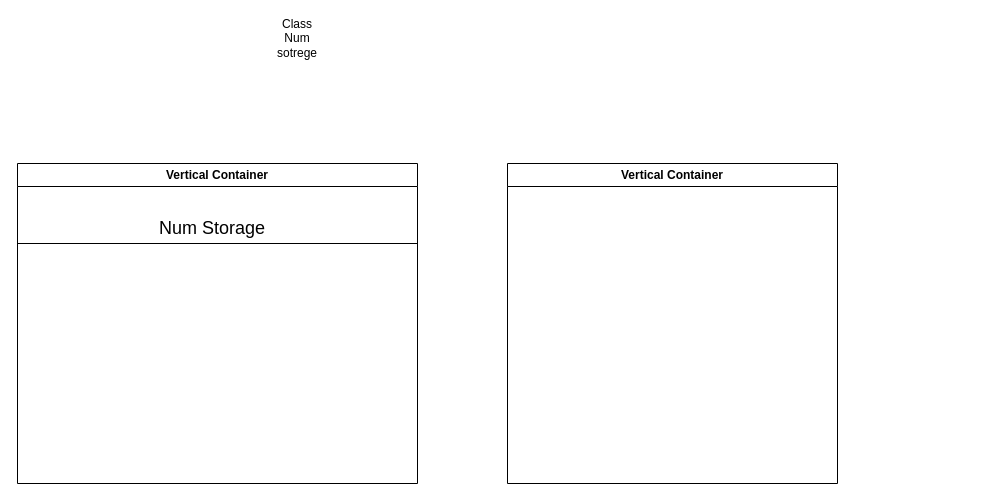
The draw.io diagram Untitled Diagram.drawio in NielsenGordon/gitVideo, before the edit. Source tidied: cells renumbered, new cells numbered last; positions are measured from the earlier drawing's top-left corner, leaving out a move shared by most shapes. Both pictures are drawn from the tidied source at 100%, with x=0, y=0 at pixel (17, 23).
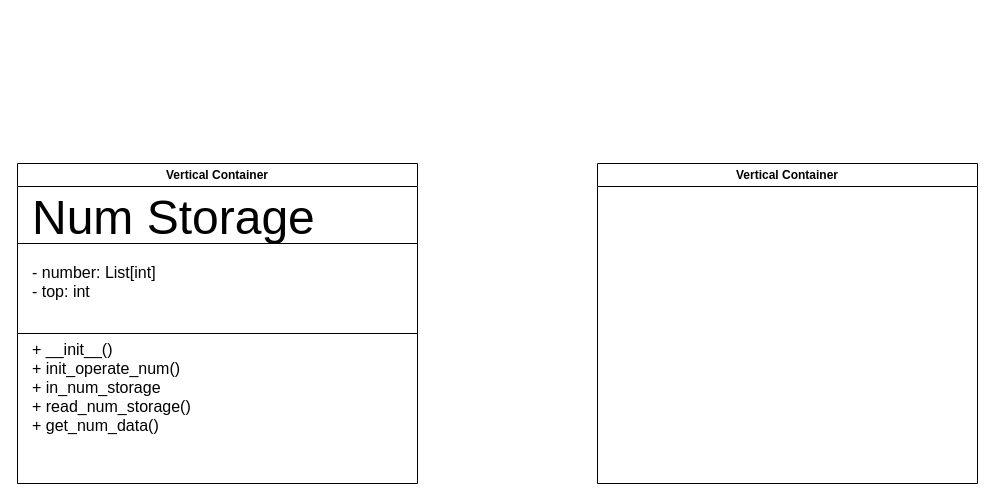
The same page after the edit.

The edit, as a diff of the source:
```diff
@@
 <mxGraphModel>
   <root>
     <mxCell id="0" />
     <mxCell id="1" parent="0" />
-    <mxCell id="2" value="Class Num sotrege" style="text;html=1;strokeColor=none;fillColor=none;align=center;verticalAlign=middle;whiteSpace=wrap;rounded=0;" parent="1" vertex="1">
-      <mxGeometry x="250" width="60" height="30" as="geometry" />
-    </mxCell>
     <mxCell id="3" value="Vertical Container" style="swimlane;whiteSpace=wrap;html=1;" parent="1" vertex="1">
       <mxGeometry y="140" width="400" height="320" as="geometry" />
     </mxCell>
+    <mxCell id="7" value="&lt;h1&gt;&lt;span style=&quot;background-color: initial; font-weight: normal;&quot;&gt;&lt;font style=&quot;font-size: 48px;&quot;&gt;Num Storage&lt;/font&gt;&lt;/span&gt;&lt;/h1&gt;&lt;div&gt;&lt;span style=&quot;font-size: medium; background-color: initial;&quot;&gt;- number: List[int]&lt;/span&gt;&lt;br&gt;&lt;/div&gt;&lt;div&gt;&lt;font size=&quot;3&quot; style=&quot;&quot;&gt;- top: int&lt;/font&gt;&lt;/div&gt;&lt;div&gt;&lt;font size=&quot;3&quot;&gt;&lt;br&gt;&lt;/font&gt;&lt;/div&gt;&lt;div&gt;&lt;font size=&quot;3&quot;&gt;&lt;br&gt;&lt;/font&gt;&lt;/div&gt;&lt;div&gt;&lt;font size=&quot;3&quot;&gt;+ __init__()&lt;/font&gt;&lt;/div&gt;&lt;div&gt;&lt;font size=&quot;3&quot;&gt;+ init_operate_num()&lt;/font&gt;&lt;/div&gt;&lt;div&gt;&lt;font size=&quot;3&quot;&gt;+ in_num_storage&lt;/font&gt;&lt;/div&gt;&lt;div&gt;&lt;font size=&quot;3&quot;&gt;+ read_num_storage()&lt;/font&gt;&lt;/div&gt;&lt;div&gt;&lt;font size=&quot;3&quot;&gt;+ get_num_data()&lt;/font&gt;&lt;/div&gt;&lt;div&gt;&lt;br&gt;&lt;/div&gt;" style="text;html=1;strokeColor=none;fillColor=none;spacing=5;spacingTop=-20;whiteSpace=wrap;overflow=hidden;rounded=0;" parent="3" vertex="1">
+      <mxGeometry x="10" y="20" width="380" height="280" as="geometry" />
+    </mxCell>
+    <mxCell id="8" style="endArrow=none;html=1;rounded=0;" parent="3" edge="1">
+      <mxGeometry relative="1" as="geometry">
+        <mxPoint x="400" y="170" as="sourcePoint" />
+        <mxPoint y="170" as="targetPoint" />
+      </mxGeometry>
+    </mxCell>
     <mxCell id="4" value="Vertical Container" style="swimlane;whiteSpace=wrap;html=1;" parent="1" vertex="1">
-      <mxGeometry x="490" y="140" width="330" height="320" as="geometry" />
+      <mxGeometry x="580" y="140" width="380" height="320" as="geometry" />
     </mxCell>
-    <mxCell id="5" value="&lt;font style=&quot;font-size: 18px;&quot;&gt;Num Storage&lt;/font&gt;" style="text;html=1;strokeColor=none;fillColor=none;align=center;verticalAlign=middle;whiteSpace=wrap;rounded=0;" parent="1" vertex="1">
-      <mxGeometry x="20" y="180" width="350" height="50" as="geometry" />
-    </mxCell>
     <mxCell id="6" style="endArrow=none;html=1;rounded=0;exitX=0;exitY=0.25;exitDx=0;exitDy=0;entryX=1;entryY=0.25;entryDx=0;entryDy=0;" parent="1" edge="1" source="3" target="3">
       <mxGeometry relative="1" as="geometry" />
     </mxCell>
   </root>
 </mxGraphModel>
```
